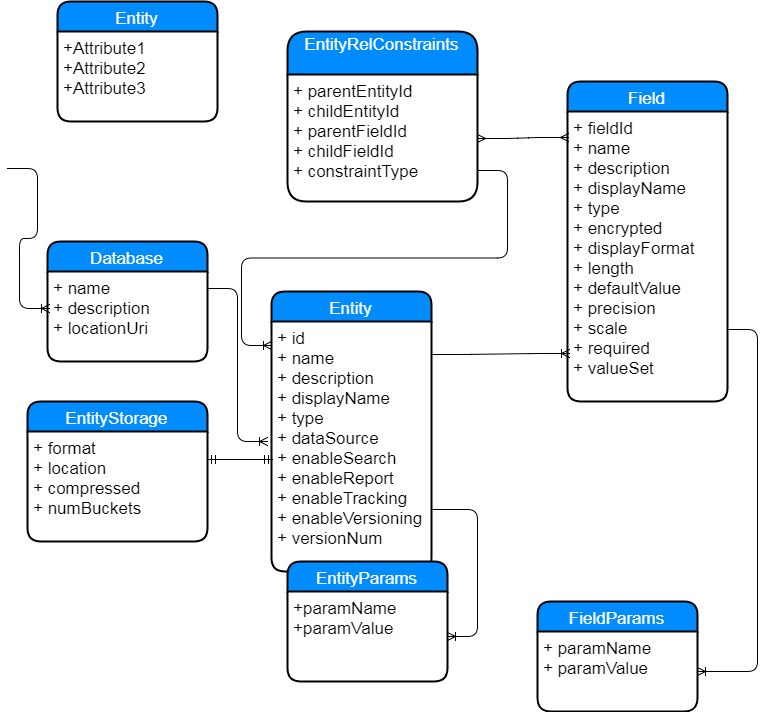
Above: entity.png in sandhyaagarwal/diagrams (draw.io), before the change. Source tidied: cells renumbered, new cells last; positions are measured from the earlier drawing's top-left corner, leaving out a move shared by most shapes. Source of this version:
```xml
<mxGraphModel background="#ffffff">
  <root>
    <mxCell id="0" />
    <mxCell id="1" parent="0" />
    <mxCell id="2" value="Entity" style="swimlane;horizontal=1;startSize=30;fillColor=#008cff;fontColor=#FFFFFF;rounded=1;fontSize=17;fontStyle=0;strokeWidth=2;shadow=0;dashed=0;align=center;" parent="1" vertex="1">
      <mxGeometry x="264" y="290" width="160" height="280" as="geometry" />
    </mxCell>
    <mxCell id="3" value="+ id&#10;+ name&#10;+ description&#10;+ displayName&#10;+ type&#10;+ dataSource&#10;+ enableSearch&#10;+ enableReport&#10;+ enableTracking&#10;+ enableVersioning&#10;+ versionNum" style="align=left;strokeColor=none;fillColor=none;spacingLeft=4;fontSize=17;verticalAlign=top;" parent="2" vertex="1">
      <mxGeometry y="30" width="160" height="250" as="geometry" />
    </mxCell>
    <mxCell id="4" style="edgeStyle=entityRelationEdgeStyle;html=1;endArrow=ERoneToMany;entryX=0.013;entryY=0.834;entryPerimeter=0;" parent="1" edge="1" target="12">
      <mxGeometry relative="1" as="geometry">
        <mxPoint x="424" y="353" as="sourcePoint" />
      </mxGeometry>
    </mxCell>
    <mxCell id="5" value="EntityParams" style="swimlane;horizontal=1;startSize=30;fillColor=#008cff;fontColor=#FFFFFF;rounded=1;fontSize=17;fontStyle=0;strokeWidth=2;shadow=0;dashed=0;align=center;" parent="1" vertex="1">
      <mxGeometry x="280" y="560" width="160" height="120" as="geometry" />
    </mxCell>
    <mxCell id="6" value="+paramName&#10;+paramValue" style="align=left;strokeColor=none;fillColor=none;spacingLeft=4;fontSize=17;verticalAlign=top;" parent="5" vertex="1">
      <mxGeometry y="30" width="160" height="90" as="geometry" />
    </mxCell>
    <mxCell id="7" style="edgeStyle=entityRelationEdgeStyle;html=1;endArrow=ERoneToMany;exitX=1;exitY=0.75;" parent="1" edge="1" source="3" target="6">
      <mxGeometry relative="1" as="geometry" />
    </mxCell>
    <mxCell id="8" value="FieldParams" style="swimlane;horizontal=1;startSize=30;fillColor=#008cff;fontColor=#FFFFFF;rounded=1;fontSize=17;fontStyle=0;strokeWidth=2;shadow=0;dashed=0;align=center;" parent="1" vertex="1">
      <mxGeometry x="530" y="600" width="160" height="110" as="geometry" />
    </mxCell>
    <mxCell id="9" value="+ paramName&#10;+ paramValue" style="align=left;strokeColor=none;fillColor=none;spacingLeft=4;fontSize=17;verticalAlign=top;" parent="8" vertex="1">
      <mxGeometry y="30" width="160" height="80" as="geometry" />
    </mxCell>
    <mxCell id="10" style="edgeStyle=entityRelationEdgeStyle;html=1;endArrow=ERoneToMany;exitX=1;exitY=0.75;" parent="1" edge="1" source="12" target="9">
      <mxGeometry relative="1" as="geometry" />
    </mxCell>
    <mxCell id="11" value="Field" style="swimlane;horizontal=1;startSize=30;fillColor=#008cff;fontColor=#FFFFFF;rounded=1;fontSize=17;fontStyle=0;strokeWidth=2;shadow=0;dashed=0;align=center;" parent="1" vertex="1">
      <mxGeometry x="560" y="80" width="160" height="320" as="geometry" />
    </mxCell>
    <mxCell id="12" value="+ fieldId&#10;+ name&#10;+ description&#10;+ displayName&#10;+ type&#10;+ encrypted&#10;+ displayFormat&#10;+ length&#10;+ defaultValue&#10;+ precision&#10;+ scale&#10;+ required&#10;+ valueSet&#10;" style="align=left;strokeColor=none;fillColor=none;spacingLeft=4;fontSize=17;verticalAlign=top;" parent="11" vertex="1">
      <mxGeometry y="30" width="160" height="290" as="geometry" />
    </mxCell>
    <mxCell id="13" style="edgeStyle=entityRelationEdgeStyle;html=1;endArrow=ERmandOne;startArrow=ERmandOne;entryX=0.006;entryY=0.552;exitX=1;exitY=0.25;entryPerimeter=0;" parent="1" edge="1" source="15" target="3">
      <mxGeometry relative="1" as="geometry" />
    </mxCell>
    <mxCell id="14" value="EntityStorage" style="swimlane;horizontal=1;startSize=30;fillColor=#008cff;fontColor=#FFFFFF;rounded=1;fontSize=17;fontStyle=0;strokeWidth=2;shadow=0;dashed=0;align=center;" parent="1" vertex="1">
      <mxGeometry x="20" y="400" width="180" height="140" as="geometry" />
    </mxCell>
    <mxCell id="15" value="+ format&#10;+ location&#10;+ compressed&#10;+ numBuckets&#10;&#10;" style="align=left;strokeColor=none;fillColor=none;spacingLeft=4;fontSize=17;verticalAlign=top;" parent="14" vertex="1">
      <mxGeometry y="30" width="180" height="110" as="geometry" />
    </mxCell>
    <mxCell id="16" value="EntityRelConstraints&#10;" style="swimlane;horizontal=1;startSize=43;fillColor=#008cff;fontColor=#FFFFFF;rounded=1;fontSize=17;fontStyle=0;strokeWidth=2;shadow=0;dashed=0;align=center;" parent="1" vertex="1">
      <mxGeometry x="280" y="30" width="190" height="170" as="geometry" />
    </mxCell>
    <mxCell id="17" value="+ parentEntityId&#10;+ childEntityId&#10;+ parentFieldId&#10;+ childFieldId&#10;+ constraintType&#10;" style="align=left;strokeColor=none;fillColor=none;spacingLeft=4;fontSize=17;verticalAlign=top;" parent="16" vertex="1">
      <mxGeometry y="43" width="190" height="127" as="geometry" />
    </mxCell>
    <mxCell id="18" style="edgeStyle=entityRelationEdgeStyle;html=1;endArrow=ERmany;startArrow=ERmany;entryX=0.006;entryY=0.089;entryPerimeter=0;exitX=1;exitY=0.5;" parent="1" edge="1" source="17" target="12">
      <mxGeometry relative="1" as="geometry" />
    </mxCell>
    <mxCell id="19" style="edgeStyle=entityRelationEdgeStyle;html=1;endArrow=ERoneToMany;" parent="1" edge="1">
      <mxGeometry relative="1" as="geometry">
        <mxPoint x="200" y="287" as="sourcePoint" />
        <mxPoint x="260" y="440" as="targetPoint" />
      </mxGeometry>
    </mxCell>
    <mxCell id="20" value="Database" style="swimlane;horizontal=1;startSize=30;fillColor=#008cff;fontColor=#FFFFFF;rounded=1;fontSize=17;fontStyle=0;strokeWidth=2;shadow=0;dashed=0;align=center;" parent="1" vertex="1">
      <mxGeometry x="40" y="240" width="160" height="120" as="geometry" />
    </mxCell>
    <mxCell id="21" value="+ name&#10;+ description&#10;+ locationUri" style="align=left;strokeColor=none;fillColor=none;spacingLeft=4;fontSize=17;verticalAlign=top;" parent="20" vertex="1">
      <mxGeometry y="30" width="160" height="90" as="geometry" />
    </mxCell>
    <mxCell id="22" style="edgeStyle=entityRelationEdgeStyle;html=1;endArrow=ERoneToMany;entryX=0.013;entryY=0.411;entryPerimeter=0;" parent="1" edge="1" target="21">
      <mxGeometry relative="1" as="geometry">
        <mxPoint y="167" as="sourcePoint" />
      </mxGeometry>
    </mxCell>
    <mxCell id="23" style="edgeStyle=entityRelationEdgeStyle;html=1;endArrow=ERoneToMany;exitX=1;exitY=0.756;exitPerimeter=0;entryX=0;entryY=0.096;entryPerimeter=0;" parent="1" edge="1" source="17" target="3">
      <mxGeometry relative="1" as="geometry" />
    </mxCell>
    <mxCell id="24" value="Entity" style="swimlane;horizontal=1;startSize=30;fillColor=#008cff;fontColor=#FFFFFF;rounded=1;fontSize=17;fontStyle=0;strokeWidth=2;shadow=0;dashed=0;align=center;" parent="1" vertex="1">
      <mxGeometry x="50" width="160" height="120" as="geometry" />
    </mxCell>
    <mxCell id="25" value="+Attribute1&#10;+Attribute2&#10;+Attribute3" style="align=left;strokeColor=none;fillColor=none;spacingLeft=4;fontSize=17;verticalAlign=top;" parent="24" vertex="1">
      <mxGeometry y="30" width="160" height="90" as="geometry" />
    </mxCell>
  </root>
</mxGraphModel>
```
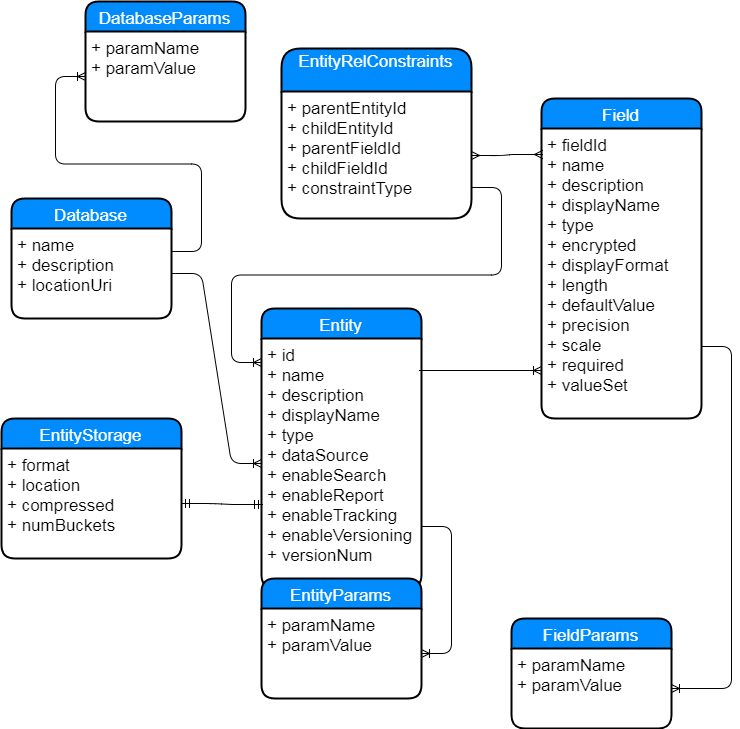
Later version of the same file.

What changed in the source:
```diff
@@ -3,20 +3,21 @@
     <mxCell id="0" />
     <mxCell id="1" parent="0" />
     <mxCell id="2" value="Entity" style="swimlane;horizontal=1;startSize=30;fillColor=#008cff;fontColor=#FFFFFF;rounded=1;fontSize=17;fontStyle=0;strokeWidth=2;shadow=0;dashed=0;align=center;" parent="1" vertex="1">
-      <mxGeometry x="264" y="290" width="160" height="280" as="geometry" />
+      <mxGeometry x="280" y="290" width="160" height="280" as="geometry" />
     </mxCell>
     <mxCell id="3" value="+ id&#10;+ name&#10;+ description&#10;+ displayName&#10;+ type&#10;+ dataSource&#10;+ enableSearch&#10;+ enableReport&#10;+ enableTracking&#10;+ enableVersioning&#10;+ versionNum" style="align=left;strokeColor=none;fillColor=none;spacingLeft=4;fontSize=17;verticalAlign=top;" parent="2" vertex="1">
       <mxGeometry y="30" width="160" height="250" as="geometry" />
     </mxCell>
-    <mxCell id="4" style="edgeStyle=entityRelationEdgeStyle;html=1;endArrow=ERoneToMany;entryX=0.013;entryY=0.834;entryPerimeter=0;" parent="1" edge="1" target="12">
+    <mxCell id="4" style="edgeStyle=entityRelationEdgeStyle;html=1;endArrow=ERoneToMany;entryX=0.013;entryY=0.834;entryPerimeter=0;" parent="1" edge="1">
       <mxGeometry relative="1" as="geometry">
-        <mxPoint x="424" y="353" as="sourcePoint" />
+        <mxPoint x="438" y="352" as="sourcePoint" />
+        <mxPoint x="560" y="352" as="targetPoint" />
       </mxGeometry>
     </mxCell>
     <mxCell id="5" value="EntityParams" style="swimlane;horizontal=1;startSize=30;fillColor=#008cff;fontColor=#FFFFFF;rounded=1;fontSize=17;fontStyle=0;strokeWidth=2;shadow=0;dashed=0;align=center;" parent="1" vertex="1">
       <mxGeometry x="280" y="560" width="160" height="120" as="geometry" />
     </mxCell>
-    <mxCell id="6" value="+paramName&#10;+paramValue" style="align=left;strokeColor=none;fillColor=none;spacingLeft=4;fontSize=17;verticalAlign=top;" parent="5" vertex="1">
+    <mxCell id="6" value="+ paramName&#10;+ paramValue" style="align=left;strokeColor=none;fillColor=none;spacingLeft=4;fontSize=17;verticalAlign=top;" parent="5" vertex="1">
       <mxGeometry y="30" width="160" height="90" as="geometry" />
     </mxCell>
     <mxCell id="7" style="edgeStyle=entityRelationEdgeStyle;html=1;endArrow=ERoneToMany;exitX=1;exitY=0.75;" parent="1" edge="1" source="3" target="6">
@@ -37,8 +38,10 @@
     <mxCell id="12" value="+ fieldId&#10;+ name&#10;+ description&#10;+ displayName&#10;+ type&#10;+ encrypted&#10;+ displayFormat&#10;+ length&#10;+ defaultValue&#10;+ precision&#10;+ scale&#10;+ required&#10;+ valueSet&#10;" style="align=left;strokeColor=none;fillColor=none;spacingLeft=4;fontSize=17;verticalAlign=top;" parent="11" vertex="1">
       <mxGeometry y="30" width="160" height="290" as="geometry" />
     </mxCell>
-    <mxCell id="13" style="edgeStyle=entityRelationEdgeStyle;html=1;endArrow=ERmandOne;startArrow=ERmandOne;entryX=0.006;entryY=0.552;exitX=1;exitY=0.25;entryPerimeter=0;" parent="1" edge="1" source="15" target="3">
-      <mxGeometry relative="1" as="geometry" />
+    <mxCell id="13" style="edgeStyle=entityRelationEdgeStyle;html=1;endArrow=ERmandOne;startArrow=ERmandOne;exitX=1;exitY=0.5;" parent="1" edge="1" source="15">
+      <mxGeometry relative="1" as="geometry">
+        <mxPoint x="281" y="486" as="targetPoint" />
+      </mxGeometry>
     </mxCell>
     <mxCell id="14" value="EntityStorage" style="swimlane;horizontal=1;startSize=30;fillColor=#008cff;fontColor=#FFFFFF;rounded=1;fontSize=17;fontStyle=0;strokeWidth=2;shadow=0;dashed=0;align=center;" parent="1" vertex="1">
       <mxGeometry x="20" y="400" width="180" height="140" as="geometry" />
@@ -47,7 +50,7 @@
       <mxGeometry y="30" width="180" height="110" as="geometry" />
     </mxCell>
     <mxCell id="16" value="EntityRelConstraints&#10;" style="swimlane;horizontal=1;startSize=43;fillColor=#008cff;fontColor=#FFFFFF;rounded=1;fontSize=17;fontStyle=0;strokeWidth=2;shadow=0;dashed=0;align=center;" parent="1" vertex="1">
-      <mxGeometry x="280" y="30" width="190" height="170" as="geometry" />
+      <mxGeometry x="300" y="30" width="190" height="170" as="geometry" />
     </mxCell>
     <mxCell id="17" value="+ parentEntityId&#10;+ childEntityId&#10;+ parentFieldId&#10;+ childFieldId&#10;+ constraintType&#10;" style="align=left;strokeColor=none;fillColor=none;spacingLeft=4;fontSize=17;verticalAlign=top;" parent="16" vertex="1">
       <mxGeometry y="43" width="190" height="127" as="geometry" />
@@ -55,31 +58,26 @@
     <mxCell id="18" style="edgeStyle=entityRelationEdgeStyle;html=1;endArrow=ERmany;startArrow=ERmany;entryX=0.006;entryY=0.089;entryPerimeter=0;exitX=1;exitY=0.5;" parent="1" edge="1" source="17" target="12">
       <mxGeometry relative="1" as="geometry" />
     </mxCell>
-    <mxCell id="19" style="edgeStyle=entityRelationEdgeStyle;html=1;endArrow=ERoneToMany;" parent="1" edge="1">
-      <mxGeometry relative="1" as="geometry">
-        <mxPoint x="200" y="287" as="sourcePoint" />
-        <mxPoint x="260" y="440" as="targetPoint" />
-      </mxGeometry>
+    <mxCell id="19" style="edgeStyle=entityRelationEdgeStyle;html=1;endArrow=ERoneToMany;entryX=0;entryY=0.5;" parent="1" edge="1" source="21" target="3">
+      <mxGeometry relative="1" as="geometry" />
     </mxCell>
     <mxCell id="20" value="Database" style="swimlane;horizontal=1;startSize=30;fillColor=#008cff;fontColor=#FFFFFF;rounded=1;fontSize=17;fontStyle=0;strokeWidth=2;shadow=0;dashed=0;align=center;" parent="1" vertex="1">
-      <mxGeometry x="40" y="240" width="160" height="120" as="geometry" />
+      <mxGeometry x="30" y="180" width="160" height="120" as="geometry" />
     </mxCell>
     <mxCell id="21" value="+ name&#10;+ description&#10;+ locationUri" style="align=left;strokeColor=none;fillColor=none;spacingLeft=4;fontSize=17;verticalAlign=top;" parent="20" vertex="1">
       <mxGeometry y="30" width="160" height="90" as="geometry" />
     </mxCell>
-    <mxCell id="22" style="edgeStyle=entityRelationEdgeStyle;html=1;endArrow=ERoneToMany;entryX=0.013;entryY=0.411;entryPerimeter=0;" parent="1" edge="1" target="21">
-      <mxGeometry relative="1" as="geometry">
-        <mxPoint y="167" as="sourcePoint" />
-      </mxGeometry>
-    </mxCell>
     <mxCell id="23" style="edgeStyle=entityRelationEdgeStyle;html=1;endArrow=ERoneToMany;exitX=1;exitY=0.756;exitPerimeter=0;entryX=0;entryY=0.096;entryPerimeter=0;" parent="1" edge="1" source="17" target="3">
       <mxGeometry relative="1" as="geometry" />
     </mxCell>
-    <mxCell id="24" value="Entity" style="swimlane;horizontal=1;startSize=30;fillColor=#008cff;fontColor=#FFFFFF;rounded=1;fontSize=17;fontStyle=0;strokeWidth=2;shadow=0;dashed=0;align=center;" parent="1" vertex="1">
-      <mxGeometry x="50" width="160" height="120" as="geometry" />
+    <mxCell id="24" value="DatabaseParams" style="swimlane;horizontal=1;startSize=30;fillColor=#008cff;fontColor=#FFFFFF;rounded=1;fontSize=17;fontStyle=0;strokeWidth=2;shadow=0;dashed=0;align=center;" parent="1" vertex="1">
+      <mxGeometry x="104" y="-17" width="160" height="120" as="geometry" />
     </mxCell>
-    <mxCell id="25" value="+Attribute1&#10;+Attribute2&#10;+Attribute3" style="align=left;strokeColor=none;fillColor=none;spacingLeft=4;fontSize=17;verticalAlign=top;" parent="24" vertex="1">
+    <mxCell id="25" value="+ paramName&#10;+ paramValue" style="align=left;strokeColor=none;fillColor=none;spacingLeft=4;fontSize=17;verticalAlign=top;" parent="24" vertex="1">
       <mxGeometry y="30" width="160" height="90" as="geometry" />
     </mxCell>
+    <mxCell id="22" style="edgeStyle=entityRelationEdgeStyle;html=1;endArrow=ERoneToMany;entryX=0;entryY=0.5;exitX=1;exitY=0.25;" parent="1" edge="1" source="21" target="25">
+      <mxGeometry relative="1" as="geometry" />
+    </mxCell>
   </root>
 </mxGraphModel>
```
